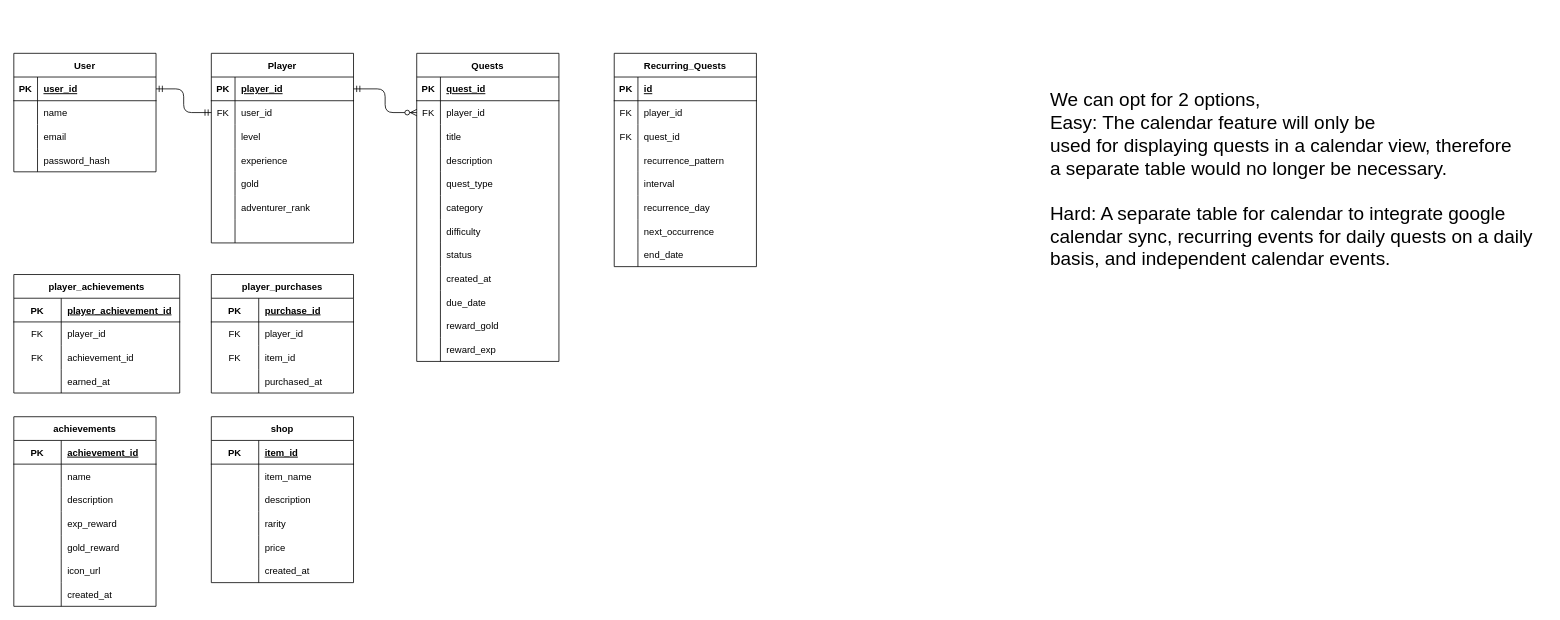
Above: backend/schema.drawio in LowisWano/Atlas (draw.io), before the change. Source tidied: cells renumbered, new cells numbered last; positions are measured from the earlier drawing's top-left corner, leaving out a move shared by most shapes. Both pictures are drawn from the tidied source at 79%, with x=0, y=0 at pixel (13, 13).
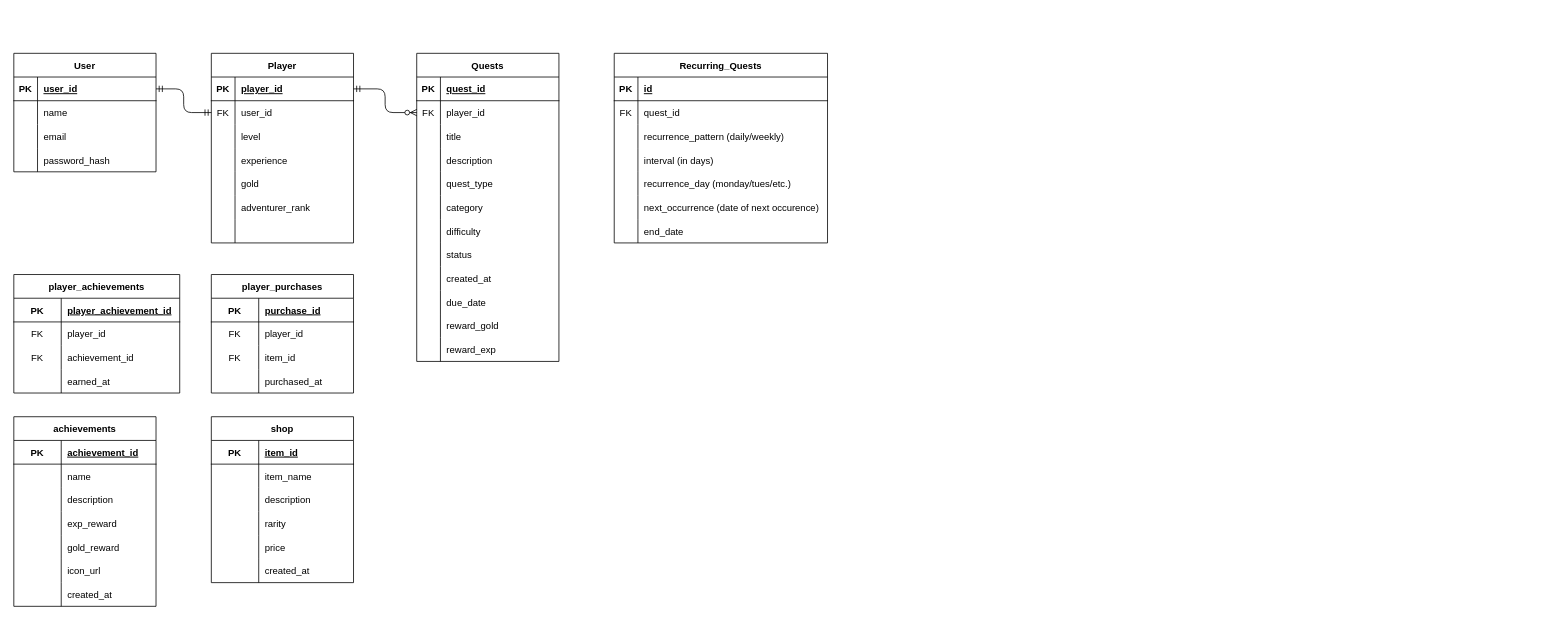
Above is the later version.

Commit message (it also covers changes not shown here):
feat: make quests container mobile responsive

What changed in the source:
```diff
@@
-    <mxCell id="95" value="We can opt for 2 options, &lt;br&gt;Easy: The calendar feature will only be &lt;br&gt;used for displaying quests in a calendar view, therefore&lt;br&gt;a separate table would no longer be necessary.&lt;br&gt;&lt;br&gt;Hard: A separate table for calendar to integrate google &lt;br&gt;calendar sync, recurring events for daily quests on a daily &lt;br&gt;basis, and independent calendar events." style="text;strokeColor=none;fillColor=none;html=1;fontSize=24;fontStyle=0;verticalAlign=middle;align=left;imageAspect=1;" parent="1" vertex="1">
-      <mxGeometry x="1310" width="630" height="420" as="geometry" />
-    </mxCell>
     <mxCell id="96" value="Recurring_Quests" style="shape=table;startSize=30;childLayout=tableLayout;rowLines=0;fontStyle=1;align=center;" parent="1" vertex="1">
-      <mxGeometry x="760" y="50" width="180" height="270" as="geometry" />
+      <mxGeometry x="760" y="50" width="270" height="240" as="geometry" />
     </mxCell>
     <mxCell id="97" style="shape=tableRow;horizontal=0;startSize=0;swimlaneHead=0;swimlaneBody=0;fillColor=none;top=0;left=0;right=0;bottom=1;" parent="96" vertex="1">
-      <mxGeometry y="30" width="180" height="30" as="geometry" />
+      <mxGeometry y="30" width="270" height="30" as="geometry" />
     </mxCell>
@@
     <mxCell id="99" value="id" style="shape=partialRectangle;fillColor=none;top=0;left=0;bottom=0;right=0;align=left;spacingLeft=6;fontStyle=5;overflow=hidden;" parent="97" vertex="1">
-      <mxGeometry x="30" width="150" height="30" as="geometry" />
+      <mxGeometry x="30" width="240" height="30" as="geometry" />
     </mxCell>
-    <mxCell id="100" style="shape=tableRow;horizontal=0;startSize=0;swimlaneHead=0;swimlaneBody=0;fillColor=none;top=0;left=0;right=0;bottom=0;" parent="96" vertex="1">
-      <mxGeometry y="60" width="180" height="30" as="geometry" />
-    </mxCell>
-    <mxCell id="101" value="FK" style="shape=partialRectangle;fillColor=none;top=0;left=0;bottom=0;right=0;overflow=hidden;" parent="100" vertex="1">
-      <mxGeometry width="30" height="30" as="geometry" />
-    </mxCell>
-    <mxCell id="102" value="player_id" style="shape=partialRectangle;fillColor=none;top=0;left=0;bottom=0;right=0;align=left;spacingLeft=6;overflow=hidden;" parent="100" vertex="1">
-      <mxGeometry x="30" width="150" height="30" as="geometry" />
-    </mxCell>
     <mxCell id="103" style="shape=tableRow;horizontal=0;startSize=0;swimlaneHead=0;swimlaneBody=0;fillColor=none;top=0;left=0;right=0;bottom=0;" parent="96" vertex="1">
-      <mxGeometry y="90" width="180" height="30" as="geometry" />
+      <mxGeometry y="60" width="270" height="30" as="geometry" />
     </mxCell>
@@
     <mxCell id="105" value="quest_id" style="shape=partialRectangle;fillColor=none;top=0;left=0;bottom=0;right=0;align=left;spacingLeft=6;overflow=hidden;" parent="103" vertex="1">
-      <mxGeometry x="30" width="150" height="30" as="geometry" />
+      <mxGeometry x="30" width="240" height="30" as="geometry" />
     </mxCell>
     <mxCell id="106" style="shape=tableRow;horizontal=0;startSize=0;swimlaneHead=0;swimlaneBody=0;fillColor=none;top=0;left=0;right=0;bottom=0;" parent="96" vertex="1">
-      <mxGeometry y="120" width="180" height="30" as="geometry" />
+      <mxGeometry y="90" width="270" height="30" as="geometry" />
     </mxCell>
@@
-    <mxCell id="108" value="recurrence_pattern" style="shape=partialRectangle;fillColor=none;top=0;left=0;bottom=0;right=0;align=left;spacingLeft=6;overflow=hidden;" parent="106" vertex="1">
-      <mxGeometry x="30" width="150" height="30" as="geometry" />
+    <mxCell id="108" value="recurrence_pattern (daily/weekly)" style="shape=partialRectangle;fillColor=none;top=0;left=0;bottom=0;right=0;align=left;spacingLeft=6;overflow=hidden;" parent="106" vertex="1">
+      <mxGeometry x="30" width="240" height="30" as="geometry" />
     </mxCell>
     <mxCell id="109" style="shape=tableRow;horizontal=0;startSize=0;swimlaneHead=0;swimlaneBody=0;fillColor=none;top=0;left=0;right=0;bottom=0;" parent="96" vertex="1">
-      <mxGeometry y="150" width="180" height="30" as="geometry" />
+      <mxGeometry y="120" width="270" height="30" as="geometry" />
     </mxCell>
@@
-    <mxCell id="111" value="interval" style="shape=partialRectangle;fillColor=none;top=0;left=0;bottom=0;right=0;align=left;spacingLeft=6;overflow=hidden;" parent="109" vertex="1">
-      <mxGeometry x="30" width="150" height="30" as="geometry" />
+    <mxCell id="111" value="interval (in days)" style="shape=partialRectangle;fillColor=none;top=0;left=0;bottom=0;right=0;align=left;spacingLeft=6;overflow=hidden;" parent="109" vertex="1">
+      <mxGeometry x="30" width="240" height="30" as="geometry" />
     </mxCell>
     <mxCell id="112" style="shape=tableRow;horizontal=0;startSize=0;swimlaneHead=0;swimlaneBody=0;fillColor=none;top=0;left=0;right=0;bottom=0;" parent="96" vertex="1">
-      <mxGeometry y="180" width="180" height="30" as="geometry" />
+      <mxGeometry y="150" width="270" height="30" as="geometry" />
     </mxCell>
@@
-    <mxCell id="114" value="recurrence_day" style="shape=partialRectangle;fillColor=none;top=0;left=0;bottom=0;right=0;align=left;spacingLeft=6;overflow=hidden;" parent="112" vertex="1">
-      <mxGeometry x="30" width="150" height="30" as="geometry" />
+    <mxCell id="114" value="recurrence_day (monday/tues/etc.)" style="shape=partialRectangle;fillColor=none;top=0;left=0;bottom=0;right=0;align=left;spacingLeft=6;overflow=hidden;" parent="112" vertex="1">
+      <mxGeometry x="30" width="240" height="30" as="geometry" />
     </mxCell>
     <mxCell id="115" style="shape=tableRow;horizontal=0;startSize=0;swimlaneHead=0;swimlaneBody=0;fillColor=none;top=0;left=0;right=0;bottom=0;" parent="96" vertex="1">
-      <mxGeometry y="210" width="180" height="30" as="geometry" />
+      <mxGeometry y="180" width="270" height="30" as="geometry" />
     </mxCell>
@@
-    <mxCell id="117" value="next_occurrence" style="shape=partialRectangle;fillColor=none;top=0;left=0;bottom=0;right=0;align=left;spacingLeft=6;overflow=hidden;" parent="115" vertex="1">
-      <mxGeometry x="30" width="150" height="30" as="geometry" />
+    <mxCell id="117" value="next_occurrence (date of next occurence)" style="shape=partialRectangle;fillColor=none;top=0;left=0;bottom=0;right=0;align=left;spacingLeft=6;overflow=hidden;" parent="115" vertex="1">
+      <mxGeometry x="30" width="240" height="30" as="geometry" />
     </mxCell>
     <mxCell id="118" style="shape=tableRow;horizontal=0;startSize=0;swimlaneHead=0;swimlaneBody=0;fillColor=none;top=0;left=0;right=0;bottom=0;" parent="96" vertex="1">
-      <mxGeometry y="240" width="180" height="30" as="geometry" />
+      <mxGeometry y="210" width="270" height="30" as="geometry" />
     </mxCell>
@@
     <mxCell id="120" value="end_date" style="shape=partialRectangle;fillColor=none;top=0;left=0;bottom=0;right=0;align=left;spacingLeft=6;overflow=hidden;" parent="118" vertex="1">
-      <mxGeometry x="30" width="150" height="30" as="geometry" />
+      <mxGeometry x="30" width="240" height="30" as="geometry" />
     </mxCell>
```
